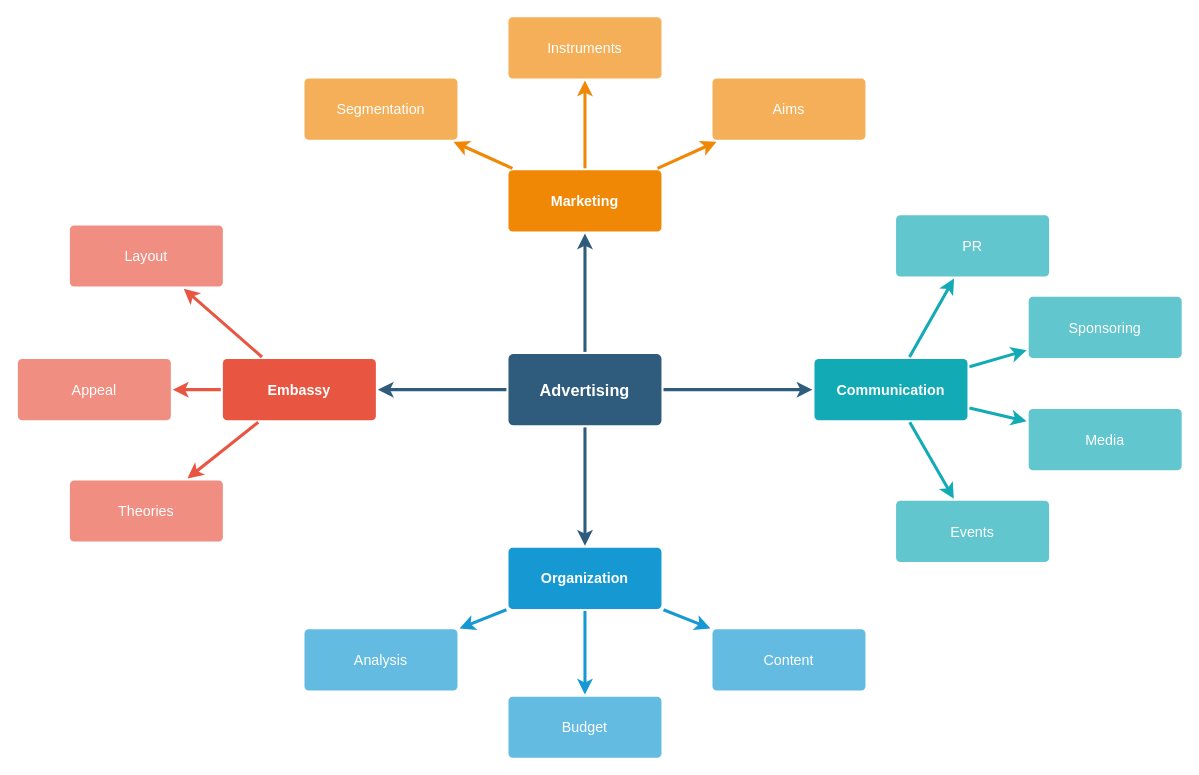
This is Diagram Tanpa Judul.drawio from BelongsToMe091603/FolderMe, a draw.io file, before an edit. Source tidied: cells renumbered, new cells numbered last; positions are measured from the earlier drawing's top-left corner, leaving out a move shared by most shapes. Both pictures are drawn from the tidied source at 102%, with x=0, y=0 at pixel (17, 16).
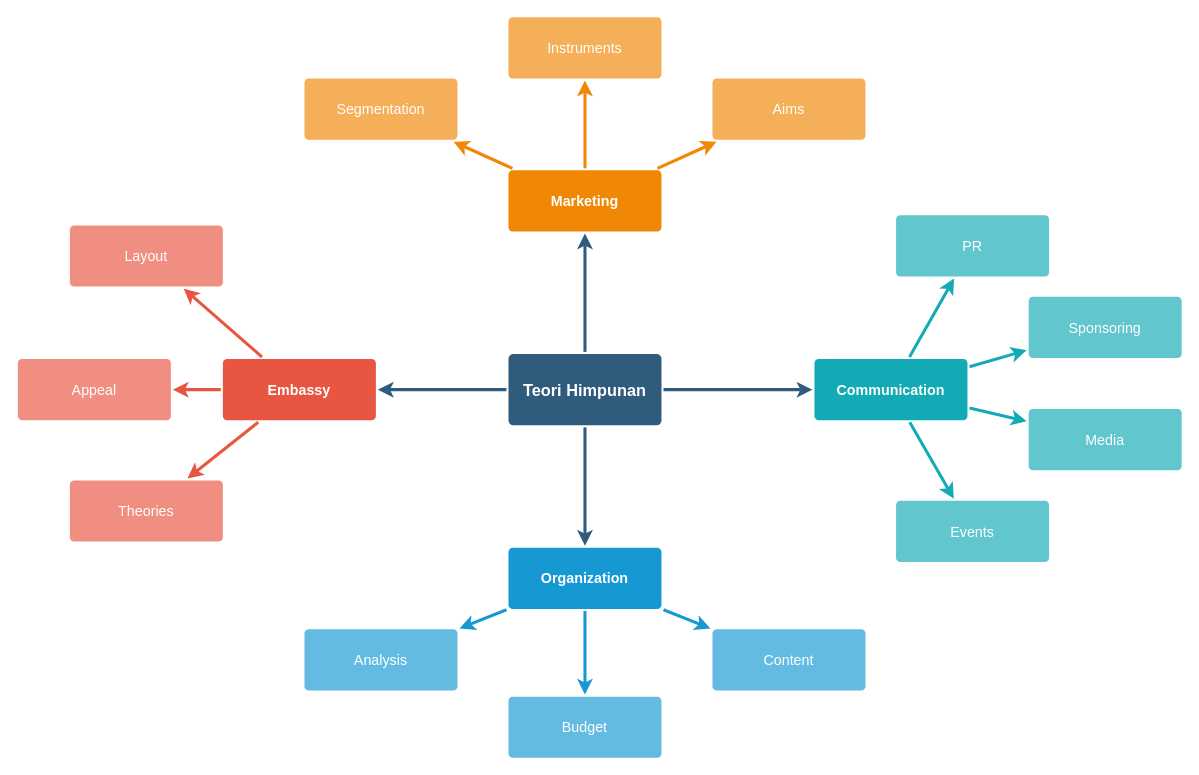
The same diagram, later.

Commit message (it also covers changes not shown here):
Teori Himpunan

What changed in the source:
```diff
@@
-    <mxCell id="6" value="Advertising" style="rounded=1;whiteSpace=wrap;html=1;shadow=0;labelBackgroundColor=none;strokeColor=none;strokeWidth=3;fillColor=#2F5B7C;fontFamily=Helvetica;fontSize=16;fontColor=#FFFFFF;align=center;fontStyle=1;spacing=5;arcSize=7;perimeterSpacing=2;" parent="1" vertex="1">
+    <mxCell id="6" value="Teori Himpunan" style="rounded=1;whiteSpace=wrap;html=1;shadow=0;labelBackgroundColor=none;strokeColor=none;strokeWidth=3;fillColor=#2F5B7C;fontFamily=Helvetica;fontSize=16;fontColor=#FFFFFF;align=center;fontStyle=1;spacing=5;arcSize=7;perimeterSpacing=2;" parent="1" vertex="1">
       <mxGeometry x="481" y="330.5" width="150" height="70" as="geometry" />
     </mxCell>
```
